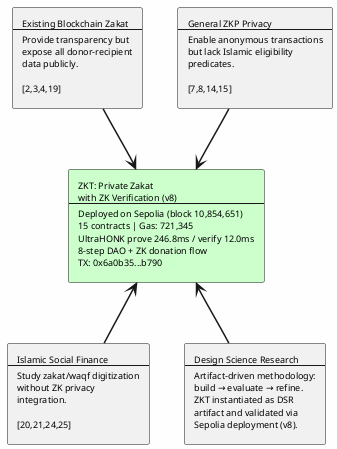
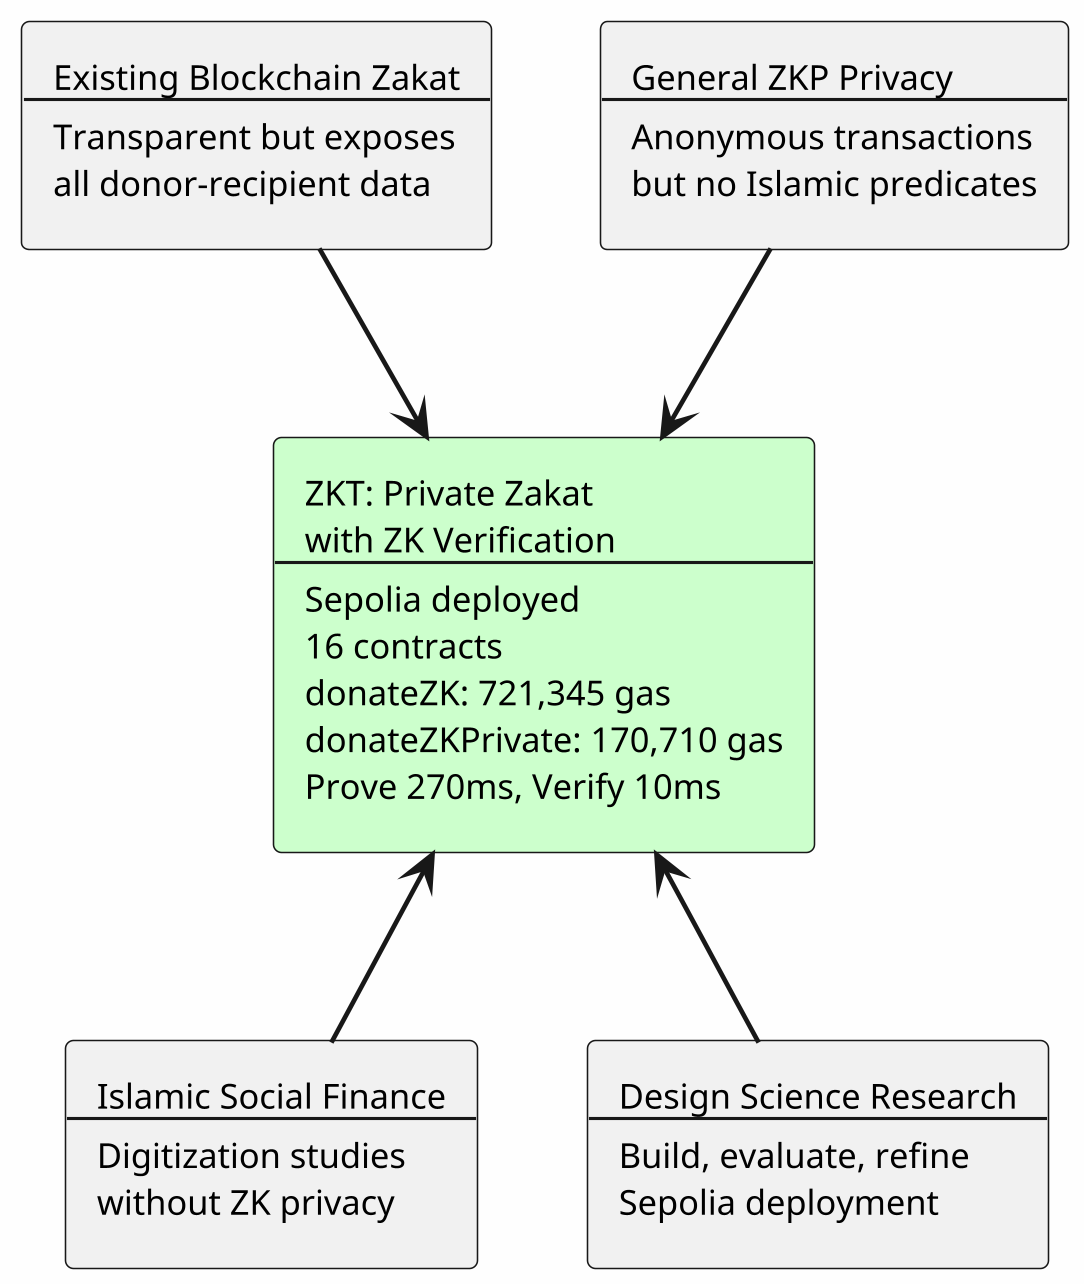
@startuml
skinparam backgroundColor #FEFEFE
skinparam shadowing false
skinparam defaultFontName Times-Roman
- skinparam defaultFontSize 9
+ skinparam defaultFontSize 11
skinparam arrowThickness 1.5
+ skinparam dpi 300


- rectangle "Existing Blockchain Zakat\n--\nProvide transparency but\nexpose all donor-recipient\ndata publicly.\n\n[2,3,4,19]" as TL
- rectangle "General ZKP Privacy\n--\nEnable anonymous transactions\nbut lack Islamic eligibility\npredicates.\n\n[7,8,14,15]" as TR
- rectangle "Islamic Social Finance\n--\nStudy zakat/waqf digitization\nwithout ZK privacy\nintegration.\n\n[20,21,24,25]" as BL
- rectangle "Design Science Research\n--\nArtifact-driven methodology:\nbuild → evaluate → refine.\nZKT instantiated as DSR\nartifact and validated via\nSepolia deployment (v8)." as BR
+ rectangle "Existing Blockchain Zakat\n--\nTransparent but exposes\nall donor-recipient data" as TL
+ rectangle "General ZKP Privacy\n--\nAnonymous transactions\nbut no Islamic predicates" as TR
+ rectangle "Islamic Social Finance\n--\nDigitization studies\nwithout ZK privacy" as BL
+ rectangle "Design Science Research\n--\nBuild, evaluate, refine\nSepolia deployment" as BR

- rectangle "ZKT: Private Zakat\nwith ZK Verification (v8)\n--\nDeployed on Sepolia (block 10,854,651)\n15 contracts | Gas: 721,345\nUltraHONK prove 246.8ms / verify 12.0ms\n8-step DAO + ZK donation flow\nTX: 0x6a0b35...b790" as CENTER #CCFFCC
+ rectangle "ZKT: Private Zakat\nwith ZK Verification\n--\nSepolia deployed\n16 contracts\ndonateZK: 721,345 gas\ndonateZKPrivate: 170,710 gas\nProve 270ms, Verify 10ms" as CENTER #CCFFCC

TL -down-> CENTER
TR -down-> CENTER
BL -up-> CENTER
BR -up-> CENTER

@enduml
